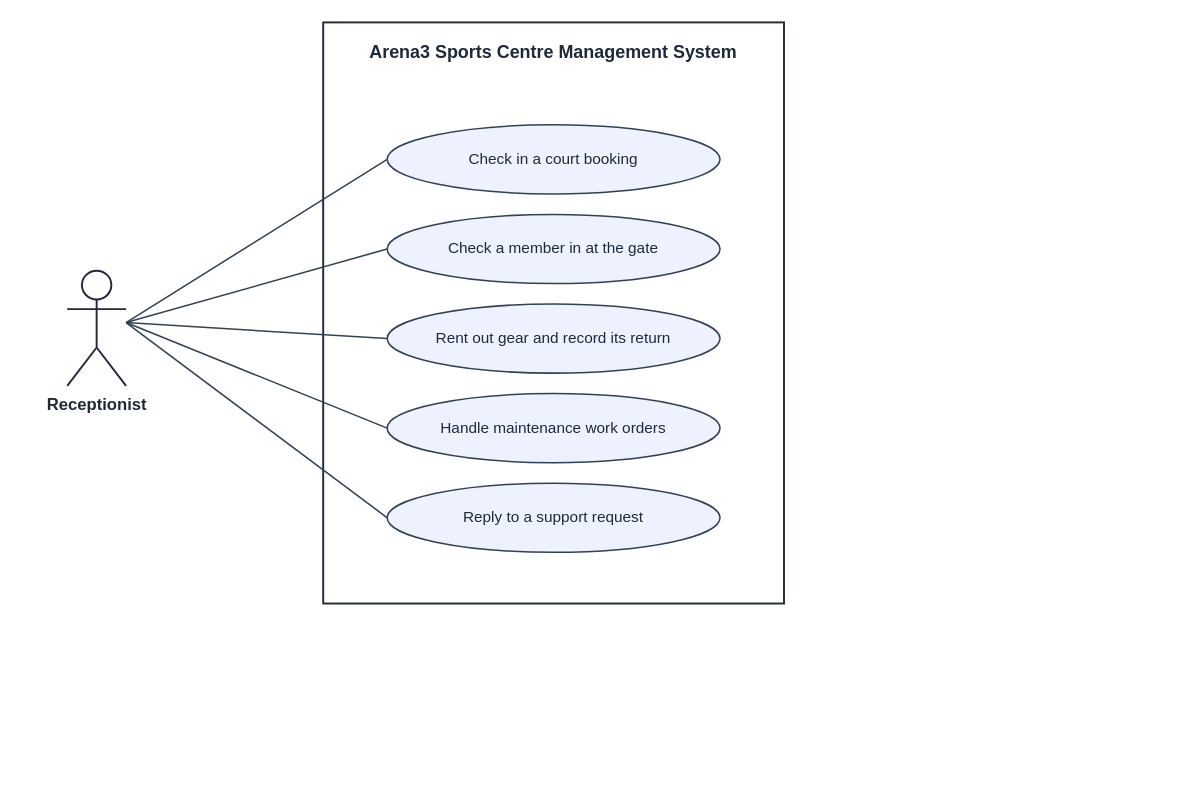
Before: docs/diagrams/srs/07-uc-desk-operations.drawio in facingshootingstar/Arena3, a draw.io diagram. Source tidied: cells renumbered, new cells numbered last; positions are measured from the earlier drawing's top-left corner, leaving out a move shared by most shapes. Both pictures are drawn from the tidied source at 128%, with x=0, y=0 at pixel (67, 22).
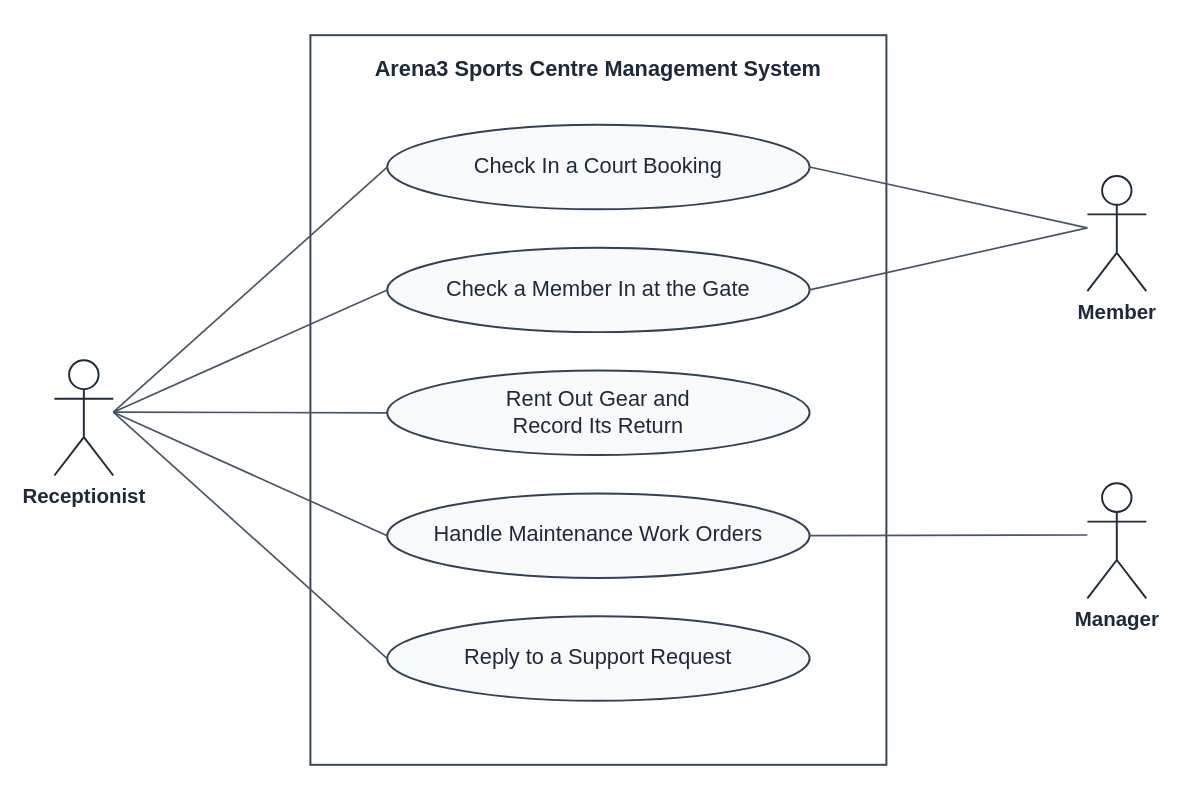
After the change.

Change to the diagram source:
```diff
@@
 <mxGraphModel background="#ffffff">
   <root>
     <mxCell id="0" />
     <mxCell id="1" parent="0" />
-    <mxCell id="2" value="Arena3 Sports Centre Management System" style="rounded=0;whiteSpace=wrap;html=1;fillColor=none;strokeColor=#1e293b;strokeWidth=1.5;verticalAlign=top;align=center;spacingTop=8;fontFamily=Helvetica;fontSize=14;fontStyle=1;fontColor=#1e293b;" parent="1" vertex="1">
-      <mxGeometry x="200" width="360" height="454" as="geometry" />
+    <mxCell id="2" value="Arena3 Sports Centre Management System" style="rounded=0;whiteSpace=wrap;html=1;fillColor=none;strokeColor=#334155;strokeWidth=1.5;verticalAlign=top;align=center;spacingTop=10;fontFamily=Helvetica;fontSize=17;fontStyle=1;fontColor=#1e293b;" parent="1" vertex="1">
+      <mxGeometry x="190" y="10" width="450" height="570" as="geometry" />
     </mxCell>
-    <mxCell id="3" value="Check in a court booking" style="ellipse;whiteSpace=wrap;html=1;fillColor=#eef2ff;strokeColor=#334155;strokeWidth=1.2;fontFamily=Helvetica;fontSize=12;fontColor=#1e293b;" parent="1" vertex="1">
-      <mxGeometry x="250" y="80" width="260" height="54" as="geometry" />
-    </mxCell>
-    <mxCell id="4" value="Check a member in at the gate" style="ellipse;whiteSpace=wrap;html=1;fillColor=#eef2ff;strokeColor=#334155;strokeWidth=1.2;fontFamily=Helvetica;fontSize=12;fontColor=#1e293b;" parent="1" vertex="1">
-      <mxGeometry x="250" y="150" width="260" height="54" as="geometry" />
-    </mxCell>
-    <mxCell id="5" value="Rent out gear and record its return" style="ellipse;whiteSpace=wrap;html=1;fillColor=#eef2ff;strokeColor=#334155;strokeWidth=1.2;fontFamily=Helvetica;fontSize=12;fontColor=#1e293b;" parent="1" vertex="1">
-      <mxGeometry x="250" y="220" width="260" height="54" as="geometry" />
-    </mxCell>
-    <mxCell id="6" value="Handle maintenance work orders" style="ellipse;whiteSpace=wrap;html=1;fillColor=#eef2ff;strokeColor=#334155;strokeWidth=1.2;fontFamily=Helvetica;fontSize=12;fontColor=#1e293b;" parent="1" vertex="1">
-      <mxGeometry x="250" y="290" width="260" height="54" as="geometry" />
-    </mxCell>
-    <mxCell id="7" value="Reply to a support request" style="ellipse;whiteSpace=wrap;html=1;fillColor=#eef2ff;strokeColor=#334155;strokeWidth=1.2;fontFamily=Helvetica;fontSize=12;fontColor=#1e293b;" parent="1" vertex="1">
-      <mxGeometry x="250" y="360" width="260" height="54" as="geometry" />
-    </mxCell>
+    <mxCell id="14" value="Check In a Court Booking" style="ellipse;whiteSpace=wrap;html=1;spacingLeft=22;spacingRight=22;fillColor=#f8fafc;strokeColor=#334155;strokeWidth=1.5;fontFamily=Helvetica;fontSize=17;fontColor=#1e293b;" parent="1" vertex="1">
+      <mxGeometry x="250" y="80" width="330" height="66" as="geometry" />
+    </mxCell>
+    <mxCell id="15" value="Check a Member In at the Gate" style="ellipse;whiteSpace=wrap;html=1;spacingLeft=22;spacingRight=22;fillColor=#f8fafc;strokeColor=#334155;strokeWidth=1.5;fontFamily=Helvetica;fontSize=17;fontColor=#1e293b;" parent="1" vertex="1">
+      <mxGeometry x="250" y="176" width="330" height="66" as="geometry" />
+    </mxCell>
+    <mxCell id="16" value="Rent Out Gear and&lt;br&gt;Record Its Return" style="ellipse;whiteSpace=wrap;html=1;spacingLeft=22;spacingRight=22;fillColor=#f8fafc;strokeColor=#334155;strokeWidth=1.5;fontFamily=Helvetica;fontSize=17;fontColor=#1e293b;" parent="1" vertex="1">
+      <mxGeometry x="250" y="272" width="330" height="66" as="geometry" />
+    </mxCell>
+    <mxCell id="17" value="Handle Maintenance Work Orders" style="ellipse;whiteSpace=wrap;html=1;spacingLeft=22;spacingRight=22;fillColor=#f8fafc;strokeColor=#334155;strokeWidth=1.5;fontFamily=Helvetica;fontSize=17;fontColor=#1e293b;" parent="1" vertex="1">
+      <mxGeometry x="250" y="368" width="330" height="66" as="geometry" />
+    </mxCell>
+    <mxCell id="18" value="Reply to a Support Request" style="ellipse;whiteSpace=wrap;html=1;spacingLeft=22;spacingRight=22;fillColor=#f8fafc;strokeColor=#334155;strokeWidth=1.5;fontFamily=Helvetica;fontSize=17;fontColor=#1e293b;" parent="1" vertex="1">
+      <mxGeometry x="250" y="464" width="330" height="66" as="geometry" />
+    </mxCell>
-    <mxCell id="8" value="Receptionist" style="shape=umlActor;verticalLabelPosition=bottom;verticalAlign=top;html=1;outlineConnect=0;fillColor=#ffffff;strokeColor=#1e293b;strokeWidth=1.5;fontFamily=Helvetica;fontSize=13;fontStyle=1;fontColor=#1e293b;" parent="1" vertex="1">
-      <mxGeometry y="194" width="46" height="90" as="geometry" />
+    <mxCell id="8" value="Receptionist" style="shape=umlActor;verticalLabelPosition=bottom;verticalAlign=top;html=1;outlineConnect=0;fillColor=#ffffff;strokeColor=#1e293b;strokeWidth=1.5;fontFamily=Helvetica;fontSize=16;fontStyle=1;fontColor=#1e293b;" parent="1" vertex="1">
+      <mxGeometry x="-10" y="264" width="46" height="90" as="geometry" />
     </mxCell>
-    <mxCell id="9" style="endArrow=none;html=1;rounded=0;edgeStyle=none;strokeColor=#334155;strokeWidth=1.2;exitX=1.0000;exitY=0.4500;exitDx=0;exitDy=0;exitPerimeter=0;entryX=0.0000;entryY=0.5000;entryDx=0;entryDy=0;entryPerimeter=0;" parent="1" edge="1" source="8" target="3">
+    <mxCell id="9" style="endArrow=none;html=1;rounded=0;edgeStyle=none;strokeColor=#475569;strokeWidth=1.3;exitX=1.0000;exitY=0.4500;exitDx=0;exitDy=0;exitPerimeter=0;entryX=0.0000;entryY=0.5000;entryDx=0;entryDy=0;entryPerimeter=0;" parent="1" edge="1" source="8" target="14">
       <mxGeometry relative="1" as="geometry" />
     </mxCell>
-    <mxCell id="10" style="endArrow=none;html=1;rounded=0;edgeStyle=none;strokeColor=#334155;strokeWidth=1.2;exitX=1.0000;exitY=0.4500;exitDx=0;exitDy=0;exitPerimeter=0;entryX=0.0000;entryY=0.5000;entryDx=0;entryDy=0;entryPerimeter=0;" parent="1" edge="1" source="8" target="4">
+    <mxCell id="10" style="endArrow=none;html=1;rounded=0;edgeStyle=none;strokeColor=#475569;strokeWidth=1.3;exitX=1.0000;exitY=0.4500;exitDx=0;exitDy=0;exitPerimeter=0;entryX=0.0000;entryY=0.5000;entryDx=0;entryDy=0;entryPerimeter=0;" parent="1" edge="1" source="8" target="15">
       <mxGeometry relative="1" as="geometry" />
     </mxCell>
-    <mxCell id="11" style="endArrow=none;html=1;rounded=0;edgeStyle=none;strokeColor=#334155;strokeWidth=1.2;exitX=1.0000;exitY=0.4500;exitDx=0;exitDy=0;exitPerimeter=0;entryX=0.0000;entryY=0.5000;entryDx=0;entryDy=0;entryPerimeter=0;" parent="1" edge="1" source="8" target="5">
+    <mxCell id="11" style="endArrow=none;html=1;rounded=0;edgeStyle=none;strokeColor=#475569;strokeWidth=1.3;exitX=1.0000;exitY=0.4500;exitDx=0;exitDy=0;exitPerimeter=0;entryX=0.0000;entryY=0.5000;entryDx=0;entryDy=0;entryPerimeter=0;" parent="1" edge="1" source="8" target="16">
       <mxGeometry relative="1" as="geometry" />
     </mxCell>
-    <mxCell id="12" style="endArrow=none;html=1;rounded=0;edgeStyle=none;strokeColor=#334155;strokeWidth=1.2;exitX=1.0000;exitY=0.4500;exitDx=0;exitDy=0;exitPerimeter=0;entryX=0.0000;entryY=0.5000;entryDx=0;entryDy=0;entryPerimeter=0;" parent="1" edge="1" source="8" target="6">
+    <mxCell id="12" style="endArrow=none;html=1;rounded=0;edgeStyle=none;strokeColor=#475569;strokeWidth=1.3;exitX=1.0000;exitY=0.4500;exitDx=0;exitDy=0;exitPerimeter=0;entryX=0.0000;entryY=0.5000;entryDx=0;entryDy=0;entryPerimeter=0;" parent="1" edge="1" source="8" target="17">
       <mxGeometry relative="1" as="geometry" />
     </mxCell>
-    <mxCell id="13" style="endArrow=none;html=1;rounded=0;edgeStyle=none;strokeColor=#334155;strokeWidth=1.2;exitX=1.0000;exitY=0.4500;exitDx=0;exitDy=0;exitPerimeter=0;entryX=0.0000;entryY=0.5000;entryDx=0;entryDy=0;entryPerimeter=0;" parent="1" edge="1" source="8" target="7">
+    <mxCell id="13" style="endArrow=none;html=1;rounded=0;edgeStyle=none;strokeColor=#475569;strokeWidth=1.3;exitX=1.0000;exitY=0.4500;exitDx=0;exitDy=0;exitPerimeter=0;entryX=0.0000;entryY=0.5000;entryDx=0;entryDy=0;entryPerimeter=0;" parent="1" edge="1" source="8" target="18">
       <mxGeometry relative="1" as="geometry" />
     </mxCell>
+    <mxCell id="19" value="Member" style="shape=umlActor;verticalLabelPosition=bottom;verticalAlign=top;html=1;outlineConnect=0;fillColor=#ffffff;strokeColor=#1e293b;strokeWidth=1.5;fontFamily=Helvetica;fontSize=16;fontStyle=1;fontColor=#1e293b;" parent="1" vertex="1">
+      <mxGeometry x="797" y="120" width="46" height="90" as="geometry" />
+    </mxCell>
+    <mxCell id="20" style="endArrow=none;html=1;rounded=0;edgeStyle=none;strokeColor=#475569;strokeWidth=1.3;exitX=1.0000;exitY=0.5000;exitDx=0;exitDy=0;exitPerimeter=0;entryX=0.0000;entryY=0.4500;entryDx=0;entryDy=0;entryPerimeter=0;" parent="1" edge="1" source="14" target="19">
+      <mxGeometry relative="1" as="geometry" />
+    </mxCell>
+    <mxCell id="21" style="endArrow=none;html=1;rounded=0;edgeStyle=none;strokeColor=#475569;strokeWidth=1.3;exitX=1.0000;exitY=0.5000;exitDx=0;exitDy=0;exitPerimeter=0;entryX=0.0000;entryY=0.4500;entryDx=0;entryDy=0;entryPerimeter=0;" parent="1" edge="1" source="15" target="19">
+      <mxGeometry relative="1" as="geometry" />
+    </mxCell>
+    <mxCell id="22" value="Manager" style="shape=umlActor;verticalLabelPosition=bottom;verticalAlign=top;html=1;outlineConnect=0;fillColor=#ffffff;strokeColor=#1e293b;strokeWidth=1.5;fontFamily=Helvetica;fontSize=16;fontStyle=1;fontColor=#1e293b;" parent="1" vertex="1">
+      <mxGeometry x="797" y="360" width="46" height="90" as="geometry" />
+    </mxCell>
+    <mxCell id="23" style="endArrow=none;html=1;rounded=0;edgeStyle=none;strokeColor=#475569;strokeWidth=1.3;exitX=1.0000;exitY=0.5000;exitDx=0;exitDy=0;exitPerimeter=0;entryX=0.0000;entryY=0.4500;entryDx=0;entryDy=0;entryPerimeter=0;" parent="1" edge="1" source="17" target="22">
+      <mxGeometry relative="1" as="geometry" />
+    </mxCell>
   </root>
 </mxGraphModel>
```
